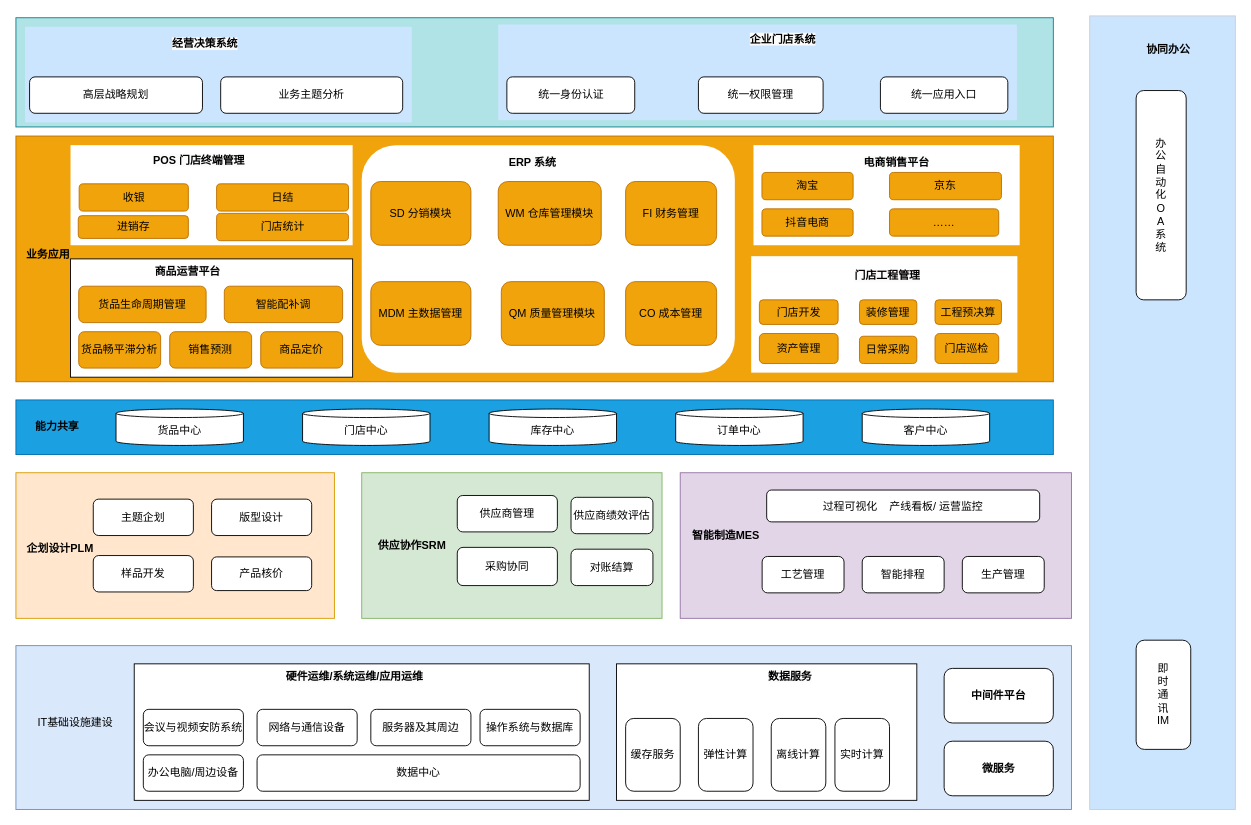
This is FX 整体业务框架.drawio from leonhard1Q84/leonhard1Q84.github.io, a draw.io file, before an edit. Source tidied: cells renumbered, new cells numbered last; positions are measured from the earlier drawing's top-left corner, leaving out a move shared by most shapes. Both pictures are drawn from the tidied source at 91%, with x=0, y=0 at pixel (15, 15).
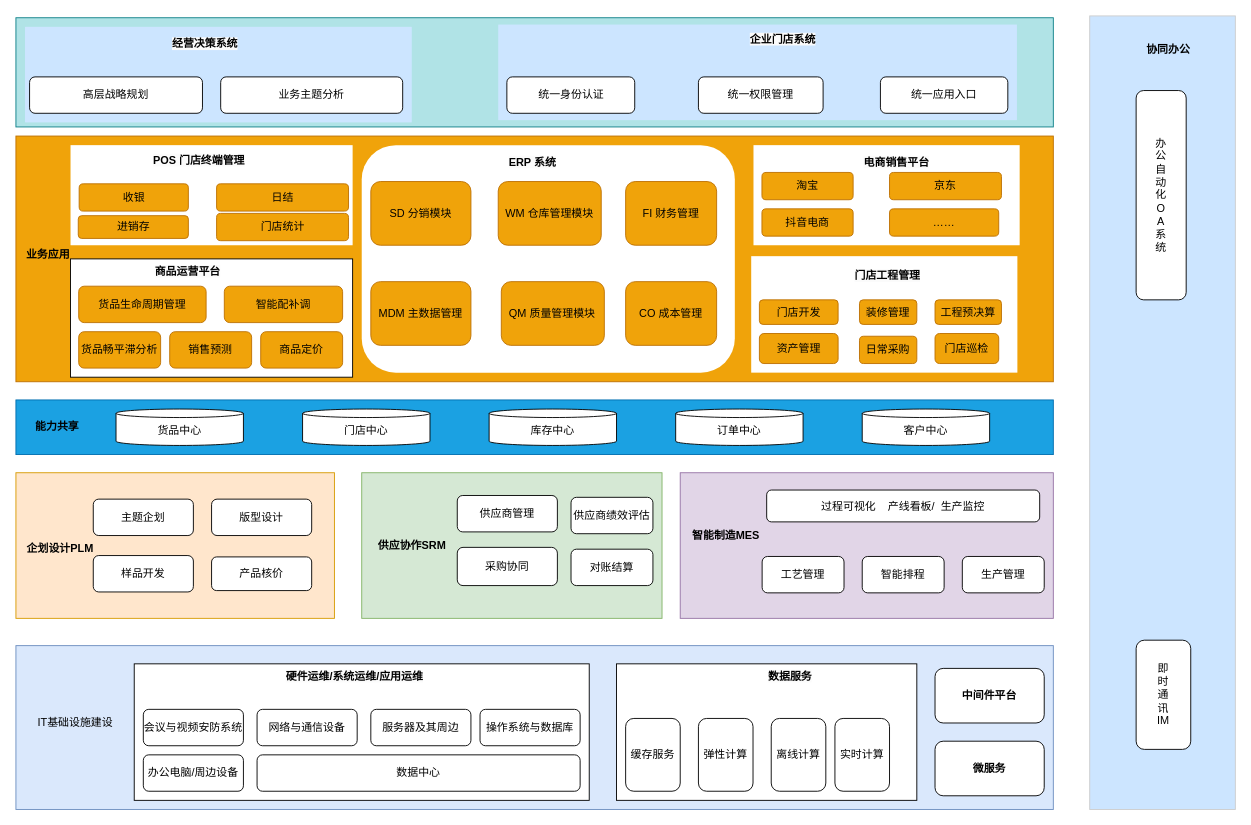
The same diagram, later.

Commit message (it also covers changes not shown here):
更新FX 整体业务框架.drawio

The edit, as a diff of the source:
```diff
@@
     <mxCell id="2" style="rounded=0;whiteSpace=wrap;html=1;fillColor=#dae8fc;strokeColor=#6c8ebf;" parent="1" vertex="1">
-      <mxGeometry y="692" width="1160" height="180" as="geometry" />
+      <mxGeometry y="692" width="1140" height="180" as="geometry" />
     </mxCell>
@@
     <mxCell id="6" style="rounded=0;whiteSpace=wrap;html=1;fillColor=#e1d5e7;strokeColor=#9673a6;" parent="1" vertex="1">
-      <mxGeometry x="730" y="502" width="430" height="160" as="geometry" />
+      <mxGeometry x="730" y="502" width="410" height="160" as="geometry" />
     </mxCell>
@@
-    <mxCell id="16" value="过程可视化&amp;nbsp; &amp;nbsp; 产线看板/ 运营监控" style="rounded=1;whiteSpace=wrap;html=1;" parent="1" vertex="1">
+    <mxCell id="16" value="过程可视化&amp;nbsp; &amp;nbsp; 产线看板/&amp;nbsp; 生产监控" style="rounded=1;whiteSpace=wrap;html=1;" parent="1" vertex="1">
       <mxGeometry x="825" y="521" width="300" height="35" as="geometry" />
     </mxCell>
@@
     <mxCell id="85" value="中间件平台" style="rounded=1;whiteSpace=wrap;html=1;fontStyle=1;" parent="1" vertex="1">
-      <mxGeometry x="1020" y="717" width="120" height="60" as="geometry" />
+      <mxGeometry x="1010" y="717" width="120" height="60" as="geometry" />
     </mxCell>
     <mxCell id="86" value="微服务" style="rounded=1;whiteSpace=wrap;html=1;fontStyle=1;" parent="1" vertex="1">
-      <mxGeometry x="1020" y="797" width="120" height="60" as="geometry" />
+      <mxGeometry x="1010" y="797" width="120" height="60" as="geometry" />
     </mxCell>
```
